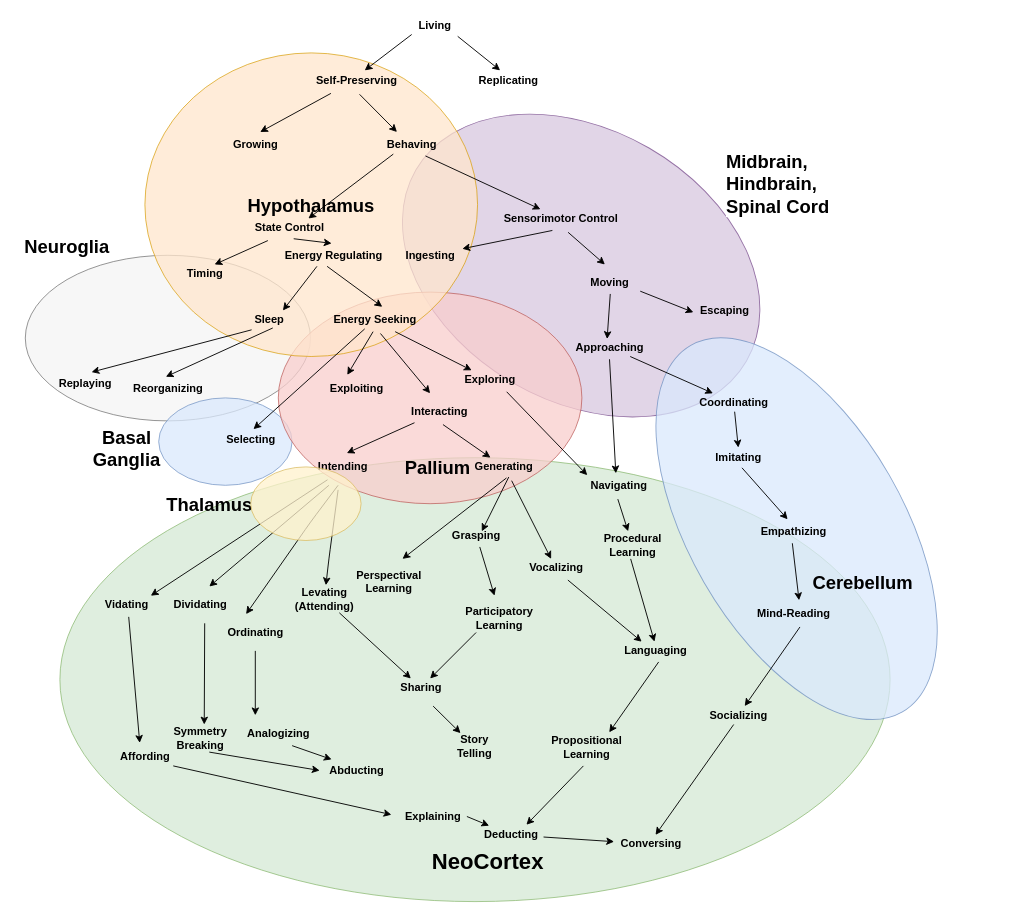
This is brain_evolution.drawio from codeaudit/1, a draw.io file, before an edit. Source tidied: cells renumbered, new cells numbered last; positions are measured from the earlier drawing's top-left corner, leaving out a move shared by most shapes. Both pictures are drawn from the tidied source at 92%, with x=0, y=0 at pixel (16, 16).
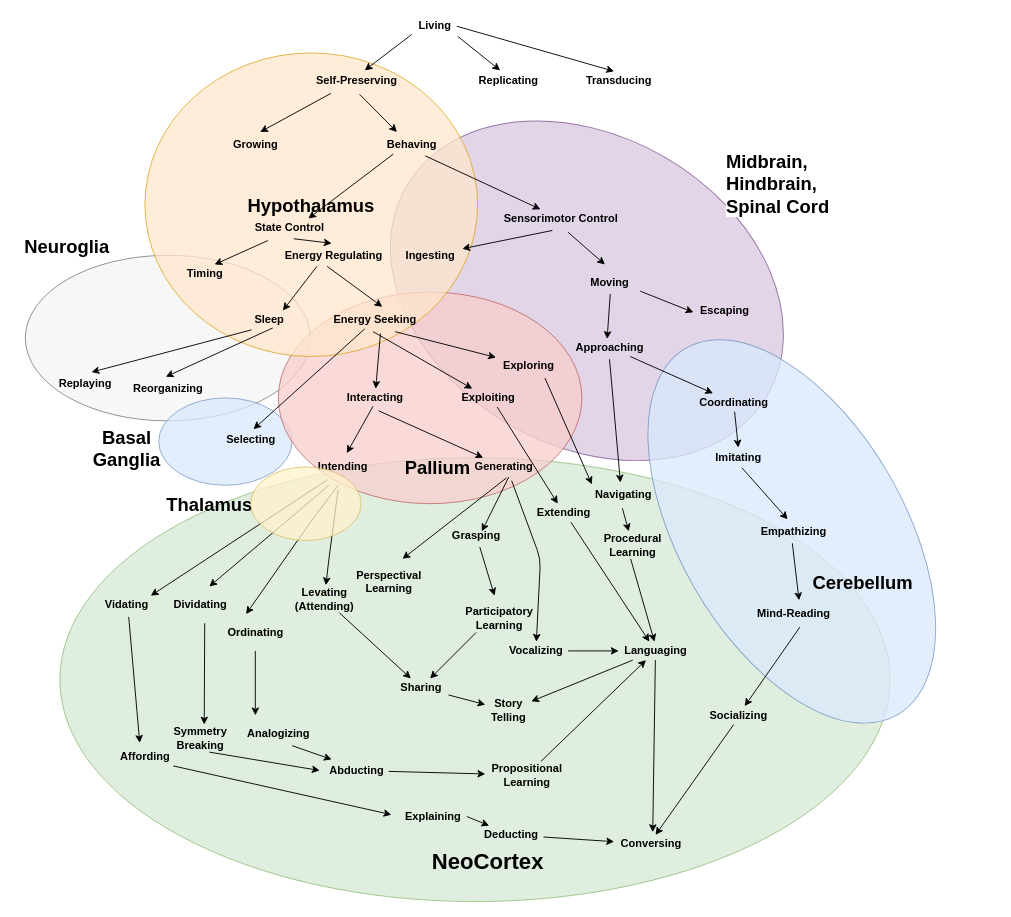
The same page after the edit.

The change refers to these unchanged cells:
```xml
<mxCell id="9" value="Living" style="text;html=1;align=center;verticalAlign=middle;points=[];fontStyle=1;" parent="1" vertex="1">
  <mxGeometry x="430" width="50" height="20" as="geometry" />
</mxCell>
<mxCell id="22" value="Energy Seeking" style="text;html=1;align=center;verticalAlign=middle;points=[];fontStyle=1;" parent="1" vertex="1">
  <mxGeometry x="335" y="320" width="110" height="20" as="geometry" />
</mxCell>
<mxCell id="27" value="Intending" style="text;html=1;align=center;verticalAlign=middle;points=[];fontStyle=1;" parent="1" vertex="1">
  <mxGeometry x="320" y="480" width="70" height="20" as="geometry" />
</mxCell>
<mxCell id="28" value="Generating" style="text;html=1;align=center;verticalAlign=middle;points=[];fontStyle=1;" parent="1" vertex="1">
  <mxGeometry x="490" y="480" width="80" height="20" as="geometry" />
</mxCell>
<mxCell id="38" value="Sharing" style="text;html=1;align=center;verticalAlign=middle;points=[];fontStyle=1;" parent="1" vertex="1">
  <mxGeometry x="410" y="720" width="60" height="20" as="geometry" />
</mxCell>
<mxCell id="42" value="Languaging" style="text;html=1;align=center;verticalAlign=middle;points=[];fontStyle=1;" parent="1" vertex="1">
  <mxGeometry x="655" y="680" width="80" height="20" as="geometry" />
</mxCell>
<mxCell id="80" value="Conversing" style="text;html=1;align=center;verticalAlign=middle;points=[];fontStyle=1;" parent="1" vertex="1">
  <mxGeometry x="650" y="890" width="80" height="20" as="geometry" />
</mxCell>
<mxCell id="95" value="Abducting" style="text;html=1;align=center;verticalAlign=middle;points=[];fontStyle=1;" parent="1" vertex="1">
  <mxGeometry x="335" y="810" width="70" height="20" as="geometry" />
</mxCell>
<mxCell id="102" value="&lt;b&gt;Deducting&lt;br&gt;&lt;/b&gt;" style="text;html=1;align=center;verticalAlign=middle;points=[];" parent="1" vertex="1">
  <mxGeometry x="503.3" y="880" width="70" height="20" as="geometry" />
</mxCell>
```

Diff of the diagram source:
```diff
@@
     <mxCell id="4" style="ellipse;whiteSpace=wrap;html=1;rotation=30;fillColor=#e1d5e7;strokeColor=#9673a6;" parent="1" vertex="1">
-      <mxGeometry x="406.7" y="123.6" width="415" height="295" as="geometry" />
+      <mxGeometry x="393.8" y="130.4" width="453.3" height="336.4" as="geometry" />
     </mxCell>
@@
     <mxCell id="7" style="ellipse;whiteSpace=wrap;html=1;rotation=-30;fillColor=#dae8fc;strokeColor=#6c8ebf;opacity=75;" parent="1" vertex="1">
-      <mxGeometry x="732" y="327.1" width="232.7" height="460" as="geometry" />
+      <mxGeometry x="720.8" y="330.1" width="244.7" height="460" as="geometry" />
     </mxCell>
@@
     <mxCell id="16" value="Exploiting" style="text;html=1;align=center;verticalAlign=middle;points=[];fontStyle=1;" parent="1" vertex="1">
-      <mxGeometry x="335" y="395" width="70" height="20" as="geometry" />
+      <mxGeometry x="478.3" y="405" width="70" height="20" as="geometry" />
     </mxCell>
     <mxCell id="17" value="Exploring" style="text;html=1;align=center;verticalAlign=middle;points=[];fontStyle=1;" parent="1" vertex="1">
-      <mxGeometry x="480" y="385" width="70" height="20" as="geometry" />
+      <mxGeometry x="521.6" y="370" width="70" height="20" as="geometry" />
     </mxCell>
     <mxCell id="18" value="Interacting" style="text;html=1;align=center;verticalAlign=middle;points=[];fontStyle=1;" parent="1" vertex="1">
-      <mxGeometry x="420" y="420" width="80" height="20" as="geometry" />
+      <mxGeometry x="350" y="405" width="80" height="20" as="geometry" />
     </mxCell>
@@
     <mxCell id="35" value="Propositional&lt;br&gt;Learning" style="text;html=1;align=center;verticalAlign=middle;points=[];fontStyle=1;" parent="1" vertex="1">
-      <mxGeometry x="575.3" y="780" width="90" height="30" as="geometry" />
+      <mxGeometry x="510" y="810" width="90" height="30" as="geometry" />
     </mxCell>
@@
     <mxCell id="44" value="Navigating" style="text;html=1;align=center;verticalAlign=middle;points=[];fontStyle=1;" parent="1" vertex="1">
-      <mxGeometry x="615" y="500" width="80" height="20" as="geometry" />
+      <mxGeometry x="620" y="510" width="80" height="20" as="geometry" />
     </mxCell>
@@
     <mxCell id="46" value="&lt;b&gt;Vocalizing&lt;/b&gt;" style="text;html=1;align=center;verticalAlign=middle;points=[];" parent="1" vertex="1">
-      <mxGeometry x="551.6" y="590" width="70" height="20" as="geometry" />
+      <mxGeometry x="530" y="680" width="70" height="20" as="geometry" />
     </mxCell>
@@
-    <mxCell id="66" style="endArrow=none;html=1;entryX=0.482;entryY=1.15;entryDx=0;entryDy=0;entryPerimeter=0;startArrow=classic;startFill=1;" parent="1" edge="1" target="22">
-      <mxGeometry relative="1" as="geometry">
-        <mxPoint x="360" y="390" as="sourcePoint" />
-      </mxGeometry>
+    <mxCell id="66" style="endArrow=none;html=1;entryX=0.482;entryY=1.15;entryDx=0;entryDy=0;entryPerimeter=0;startArrow=classic;startFill=1;" parent="1" edge="1" source="16" target="22">
+      <mxGeometry relative="1" as="geometry" />
     </mxCell>
-    <mxCell id="67" style="endArrow=classic;html=1;exitX=0.555;exitY=1.25;exitDx=0;exitDy=0;exitPerimeter=0;startArrow=none;startFill=0;endFill=1;" parent="1" edge="1" source="22">
-      <mxGeometry relative="1" as="geometry">
-        <mxPoint x="450" y="410" as="targetPoint" />
-      </mxGeometry>
+    <mxCell id="67" style="endArrow=classic;html=1;exitX=0.555;exitY=1.25;exitDx=0;exitDy=0;exitPerimeter=0;startArrow=none;startFill=0;endFill=1;" parent="1" edge="1" source="22" target="18">
+      <mxGeometry relative="1" as="geometry" />
     </mxCell>
@@
-    <mxCell id="69" style="endArrow=none;html=1;entryX=0.163;entryY=1.1;entryDx=0;entryDy=0;entryPerimeter=0;exitX=0.564;exitY=-0.25;exitDx=0;exitDy=0;exitPerimeter=0;startArrow=classic;startFill=1;" parent="1" edge="1" source="27" target="18">
+    <mxCell id="69" style="endArrow=none;html=1;entryX=0.475;entryY=0.95;entryDx=0;entryDy=0;entryPerimeter=0;exitX=0.564;exitY=-0.25;exitDx=0;exitDy=0;exitPerimeter=0;startArrow=classic;startFill=1;" parent="1" edge="1" source="27" target="18">
       <mxGeometry relative="1" as="geometry" />
     </mxCell>
@@
     <mxCell id="72" style="endArrow=none;html=1;entryX=0.608;entryY=1.25;entryDx=0;entryDy=0;entryPerimeter=0;startArrow=classic;startFill=1;" parent="1" edge="1" source="46" target="28">
-      <mxGeometry relative="1" as="geometry" />
+      <mxGeometry relative="1" as="geometry">
+        <Array as="points">
+          <mxPoint x="570" y="590" />
+        </Array>
+      </mxGeometry>
     </mxCell>
@@
-    <mxCell id="75" style="endArrow=none;html=1;entryX=0.688;entryY=1.15;entryDx=0;entryDy=0;entryPerimeter=0;startArrow=classic;startFill=1;" parent="1" edge="1" target="46">
-      <mxGeometry relative="1" as="geometry">
-        <mxPoint x="680" y="680" as="sourcePoint" />
-        <Array as="points">
-          <mxPoint x="680" y="680" />
-        </Array>
-      </mxGeometry>
-    </mxCell>
@@
-    <mxCell id="79" style="endArrow=none;html=1;entryX=0.543;entryY=1.1;entryDx=0;entryDy=0;entryPerimeter=0;exitX=0.771;exitY=-0.05;exitDx=0;exitDy=0;exitPerimeter=0;endFill=0;startArrow=classic;startFill=1;" parent="1" edge="1" source="35" target="42">
+    <mxCell id="79" style="endArrow=none;html=1;endFill=0;startArrow=classic;startFill=1;" parent="1" edge="1" source="35" target="95">
       <mxGeometry relative="1" as="geometry" />
     </mxCell>
@@
-    <mxCell id="98" style="endArrow=none;html=1;entryX=0.459;entryY=1.167;entryDx=0;entryDy=0;entryPerimeter=0;exitX=0.734;exitY=-0.05;exitDx=0;exitDy=0;exitPerimeter=0;endFill=0;startArrow=classic;startFill=1;" parent="1" edge="1" source="102" target="35">
+    <mxCell id="98" style="endArrow=none;html=1;endFill=0;startArrow=classic;startFill=1;" parent="1" edge="1" source="42" target="35">
       <mxGeometry relative="1" as="geometry" />
     </mxCell>
@@
     <mxCell id="106" value="Story&lt;br&gt;Telling" style="text;html=1;align=center;verticalAlign=middle;points=[];fontStyle=1;" parent="1" vertex="1">
-      <mxGeometry x="473.3" y="779.4" width="50" height="30" as="geometry" />
+      <mxGeometry x="510" y="740" width="50" height="30" as="geometry" />
     </mxCell>
-    <mxCell id="107" style="endArrow=classic;html=1;" parent="1" edge="1" target="106">
-      <mxGeometry relative="1" as="geometry">
-        <mxPoint x="453.3" y="750" as="sourcePoint" />
-      </mxGeometry>
+    <mxCell id="107" style="endArrow=classic;html=1;" parent="1" edge="1" source="38" target="106">
+      <mxGeometry relative="1" as="geometry" />
     </mxCell>
@@
+    <mxCell id="120" style="endArrow=classic;html=1;entryX=0.525;entryY=-0.15;entryDx=0;entryDy=0;entryPerimeter=0;" parent="1" edge="1" source="42" target="80">
+      <mxGeometry relative="1" as="geometry" />
+    </mxCell>
+    <mxCell id="121" style="endArrow=classic;html=1;" parent="1" edge="1" source="42" target="106">
+      <mxGeometry relative="1" as="geometry" />
+    </mxCell>
+    <mxCell id="122" value="Transducing" style="text;html=1;align=center;verticalAlign=middle;points=[];fontStyle=1;" parent="1" vertex="1">
+      <mxGeometry x="610" y="60" width="90" height="20" as="geometry" />
+    </mxCell>
+    <mxCell id="123" style="endArrow=classic;html=1;exitX=0.98;exitY=0.55;exitDx=0;exitDy=0;exitPerimeter=0;entryX=0.444;entryY=0;entryDx=0;entryDy=0;entryPerimeter=0;" parent="1" edge="1" source="9" target="122">
+      <mxGeometry relative="1" as="geometry" />
+    </mxCell>
+    <mxCell id="124" value="&lt;b&gt;Extending&lt;/b&gt;" style="text;html=1;align=center;verticalAlign=middle;points=[];" parent="1" vertex="1">
+      <mxGeometry x="560" y="530" width="70" height="20" as="geometry" />
+    </mxCell>
+    <mxCell id="125" style="endArrow=classic;html=1;exitX=0.638;exitY=1;exitDx=0;exitDy=0;exitPerimeter=0;" parent="1" edge="1" source="16" target="124">
+      <mxGeometry relative="1" as="geometry" />
+    </mxCell>
+    <mxCell id="126" style="endArrow=classic;html=1;exitX=0.614;exitY=1;exitDx=0;exitDy=0;exitPerimeter=0;" parent="1" edge="1" source="124" target="42">
+      <mxGeometry relative="1" as="geometry" />
+    </mxCell>
+    <mxCell id="127" style="endArrow=classic;html=1;" parent="1" edge="1" source="46" target="42">
+      <mxGeometry relative="1" as="geometry" />
+    </mxCell>
```
